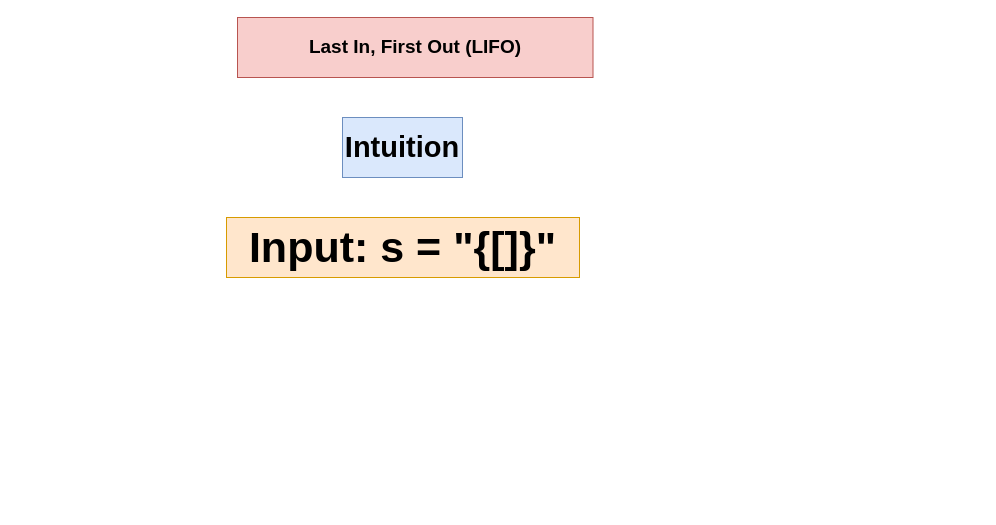
This is page "Page-2" (2 of 3) of 2.drawio from Akash-ship-it/dsa_questions, a draw.io file, before an edit. Source tidied: cells renumbered, new cells numbered last; positions are measured from the earlier drawing's top-left corner, leaving out a move shared by most shapes. Both pictures are drawn from the tidied source at 100%, with x=0, y=0 at pixel (226, 17).
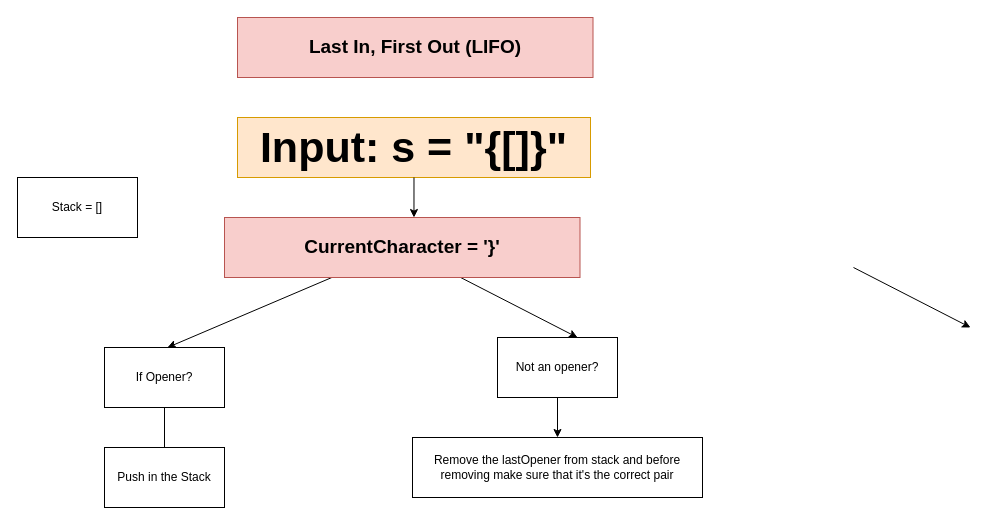
Above is the later version.

Commit message (it also covers changes not shown here):
valid parentheses

What changed in the source:
```diff
@@
 <mxGraphModel>
   <root>
     <mxCell id="0" />
     <mxCell id="1" parent="0" />
     <mxCell id="2" value="&lt;b&gt;&lt;font style=&quot;font-size: 19px;&quot;&gt;Last In, First Out (LIFO)&lt;/font&gt;&lt;/b&gt;" style="whiteSpace=wrap;html=1;fillColor=#f8cecc;strokeColor=#b85450;" parent="1" vertex="1">
       <mxGeometry x="11" width="355.5" height="60" as="geometry" />
     </mxCell>
     <mxCell id="3" value="&lt;b&gt;&lt;font style=&quot;font-size: 43px;&quot;&gt;Input: s = &quot;{[]}&quot;&lt;/font&gt;&lt;/b&gt;" style="rounded=0;whiteSpace=wrap;html=1;fillColor=#ffe6cc;strokeColor=#d79b00;" parent="1" vertex="1">
-      <mxGeometry y="200" width="353" height="60" as="geometry" />
+      <mxGeometry x="11" y="100" width="353" height="60" as="geometry" />
     </mxCell>
-    <mxCell id="4" value="&lt;b&gt;&lt;font style=&quot;font-size: 29px;&quot;&gt;Intuition&lt;/font&gt;&lt;/b&gt;" style="whiteSpace=wrap;html=1;fillColor=#dae8fc;strokeColor=#6c8ebf;" parent="1" vertex="1">
-      <mxGeometry x="116" y="100" width="120" height="60" as="geometry" />
-    </mxCell>
+    <mxCell id="5" style="edgeStyle=none;html=1;" parent="1" edge="1" source="7">
+      <mxGeometry relative="1" as="geometry">
+        <mxPoint x="-59" y="330" as="targetPoint" />
+      </mxGeometry>
+    </mxCell>
+    <mxCell id="6" style="edgeStyle=none;html=1;" parent="1" edge="1" source="7">
+      <mxGeometry relative="1" as="geometry">
+        <mxPoint x="351" y="320" as="targetPoint" />
+      </mxGeometry>
+    </mxCell>
+    <mxCell id="7" value="&lt;b&gt;&lt;font style=&quot;font-size: 19px;&quot;&gt;CurrentCharacter = '}'&lt;/font&gt;&lt;/b&gt;" style="whiteSpace=wrap;html=1;fillColor=#f8cecc;strokeColor=#b85450;" parent="1" vertex="1">
+      <mxGeometry x="-2" y="200" width="355.5" height="60" as="geometry" />
+    </mxCell>
+    <mxCell id="8" style="edgeStyle=none;html=1;entryX=0.533;entryY=0;entryDx=0;entryDy=0;entryPerimeter=0;" parent="1" edge="1" source="3" target="7">
+      <mxGeometry relative="1" as="geometry" />
+    </mxCell>
+    <mxCell id="9" style="edgeStyle=none;html=1;" parent="1" edge="1" source="10">
+      <mxGeometry relative="1" as="geometry">
+        <mxPoint x="-62" y="440" as="targetPoint" />
+      </mxGeometry>
+    </mxCell>
+    <mxCell id="10" value="If Opener?" style="whiteSpace=wrap;html=1;" parent="1" vertex="1">
+      <mxGeometry x="-122" y="330" width="120" height="60" as="geometry" />
+    </mxCell>
+    <mxCell id="11" value="Push in the Stack" style="whiteSpace=wrap;html=1;" parent="1" vertex="1">
+      <mxGeometry x="-122" y="430" width="120" height="60" as="geometry" />
+    </mxCell>
+    <mxCell id="12" value="Stack = []" style="whiteSpace=wrap;html=1;" parent="1" vertex="1">
+      <mxGeometry x="-209" y="160" width="120" height="60" as="geometry" />
+    </mxCell>
+    <mxCell id="13" style="edgeStyle=none;html=1;" parent="1" edge="1">
+      <mxGeometry relative="1" as="geometry">
+        <mxPoint x="627" y="250" as="sourcePoint" />
+        <mxPoint x="744" y="310" as="targetPoint" />
+      </mxGeometry>
+    </mxCell>
+    <mxCell id="14" style="edgeStyle=none;html=1;" parent="1" edge="1" source="15">
+      <mxGeometry relative="1" as="geometry">
+        <mxPoint x="331" y="420" as="targetPoint" />
+      </mxGeometry>
+    </mxCell>
+    <mxCell id="15" value="Not an opener?" style="whiteSpace=wrap;html=1;" parent="1" vertex="1">
+      <mxGeometry x="271" y="320" width="120" height="60" as="geometry" />
+    </mxCell>
+    <mxCell id="16" value="Remove the lastOpener from stack and before removing make sure that it's the correct pair" style="whiteSpace=wrap;html=1;" parent="1" vertex="1">
+      <mxGeometry x="186" y="420" width="290" height="60" as="geometry" />
+    </mxCell>
   </root>
 </mxGraphModel>
```
